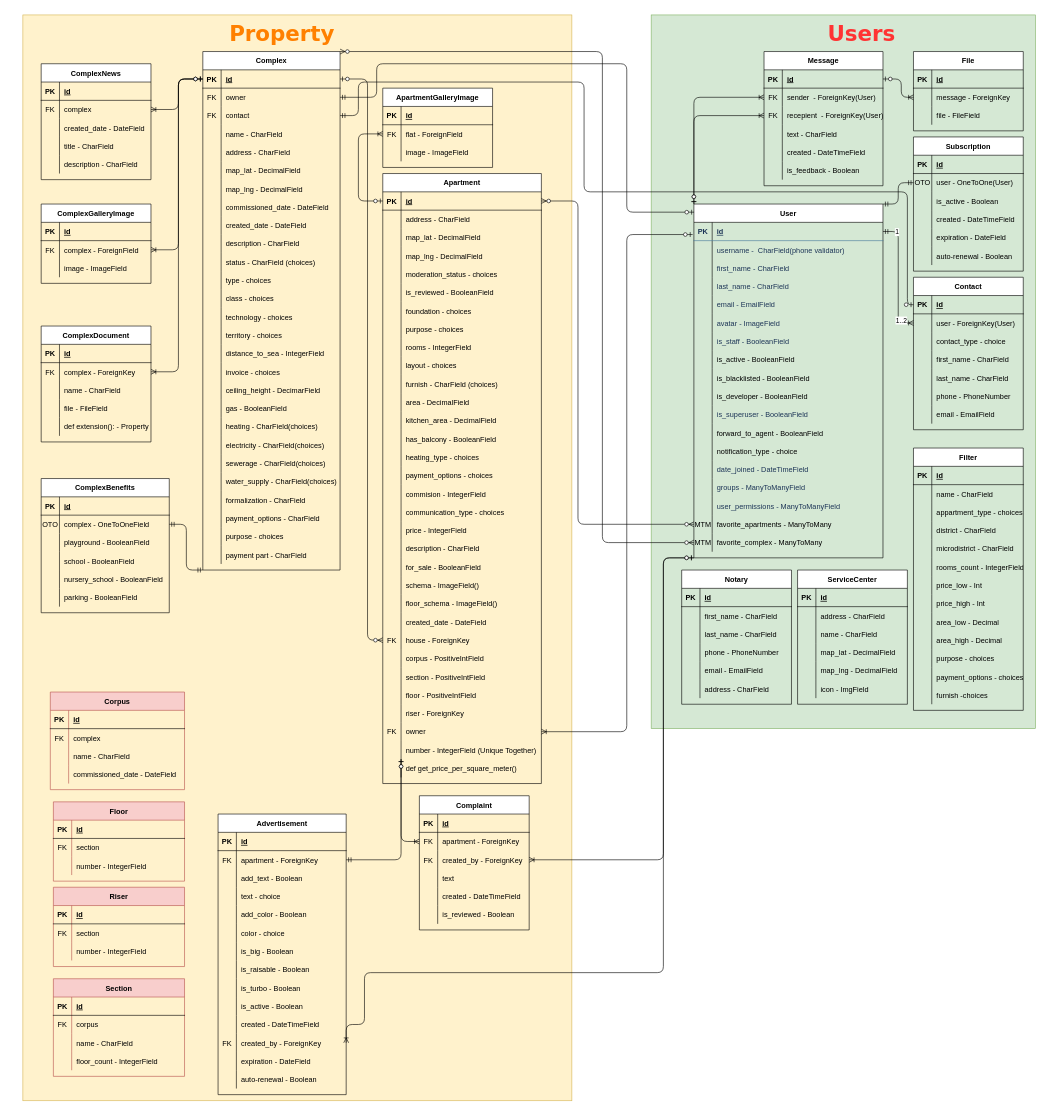
Above: diagrams/db.drawio in Rey092/SwipeApp (draw.io), before the change. Source tidied: cells renumbered, new cells numbered last; positions are measured from the earlier drawing's top-left corner, leaving out a move shared by most shapes. Both pictures are drawn from the tidied source at 61%, with x=0, y=0 at pixel (10, 15).
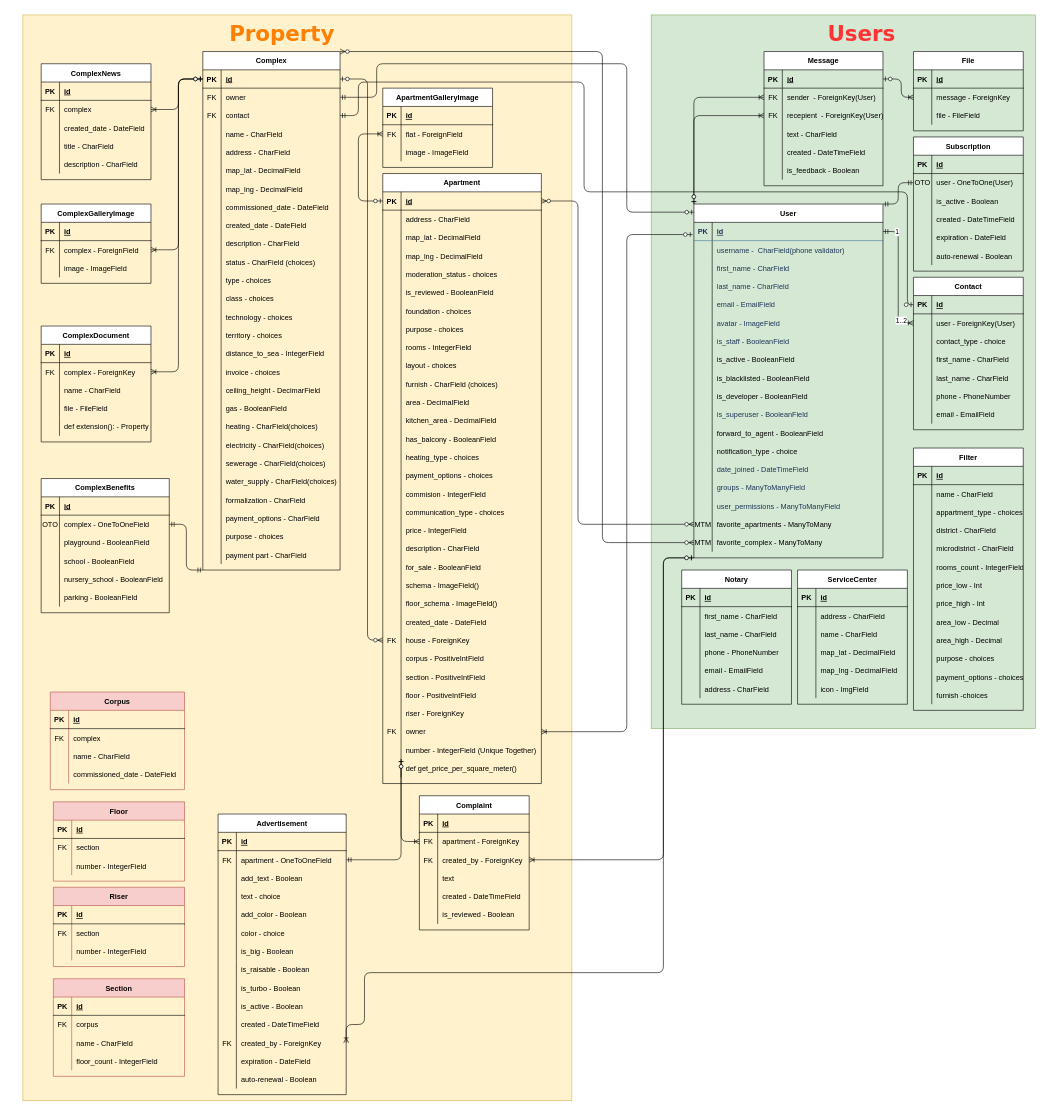
Above is the later version.

Unchanged cells that the change refers to:
```xml
<mxCell id="290" style="shape=partialRectangle;fillColor=none;top=0;left=0;bottom=0;right=0;points=[[0,0.5],[1,0.5]];portConstraint=eastwest;" parent="286" vertex="1">
  <mxGeometry y="60" width="210" height="30" as="geometry" />
</mxCell>
```

What changed in the source:
```diff
@@
-    <mxCell id="292" value="apartment - ForeignKey" style="shape=partialRectangle;fillColor=none;top=0;left=0;bottom=0;right=0;align=left;spacingLeft=6;fontStyle=0;overflow=hidden;" parent="290" vertex="1">
+    <mxCell id="292" value="apartment - OneToOneField" style="shape=partialRectangle;fillColor=none;top=0;left=0;bottom=0;right=0;align=left;spacingLeft=6;fontStyle=0;overflow=hidden;" parent="290" vertex="1">
       <mxGeometry x="30" width="180" height="30" as="geometry" />
     </mxCell>
```
